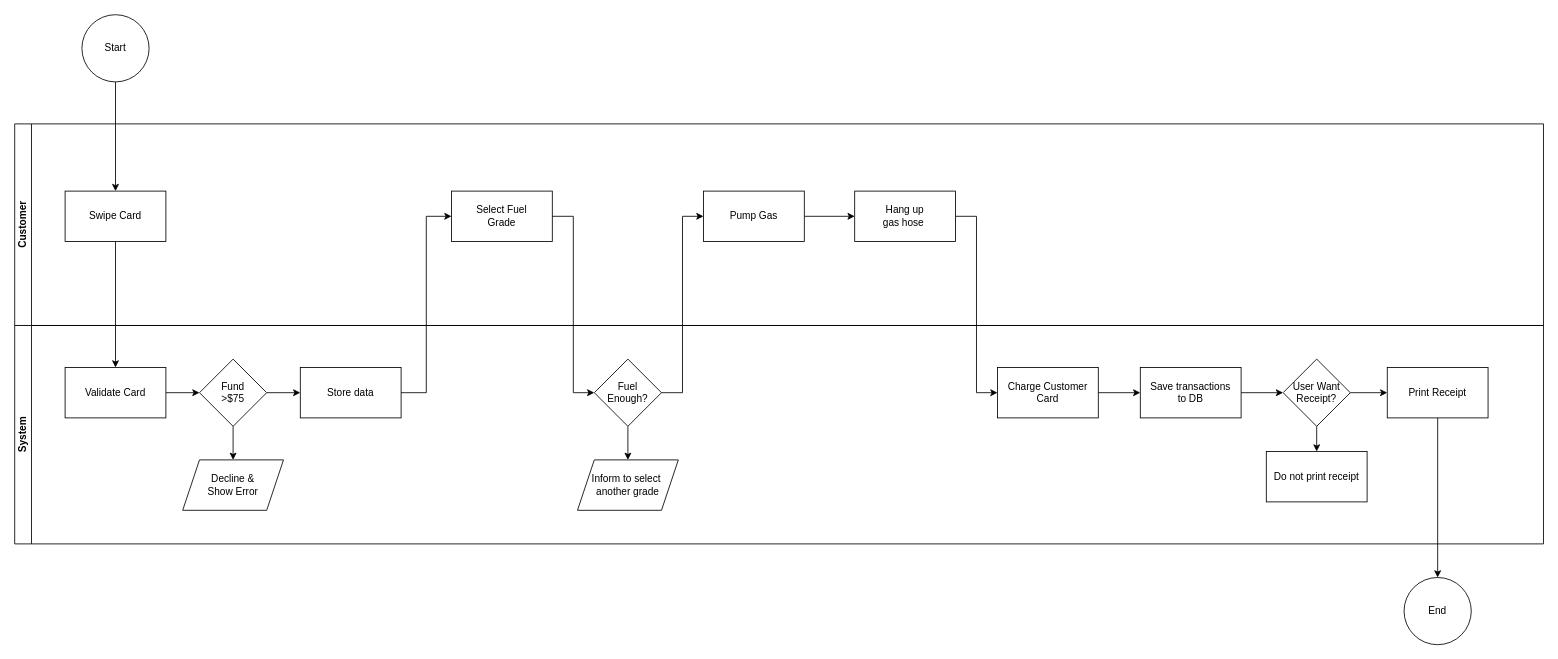
Before: MES Flow/Practice.drawio in vinceliao99/MyDiagrams, a draw.io diagram. Source tidied: cells renumbered, new cells numbered last; positions are measured from the earlier drawing's top-left corner, leaving out a move shared by most shapes. Both pictures are drawn from the tidied source at 84%, with x=0, y=0 at pixel (14, 14).
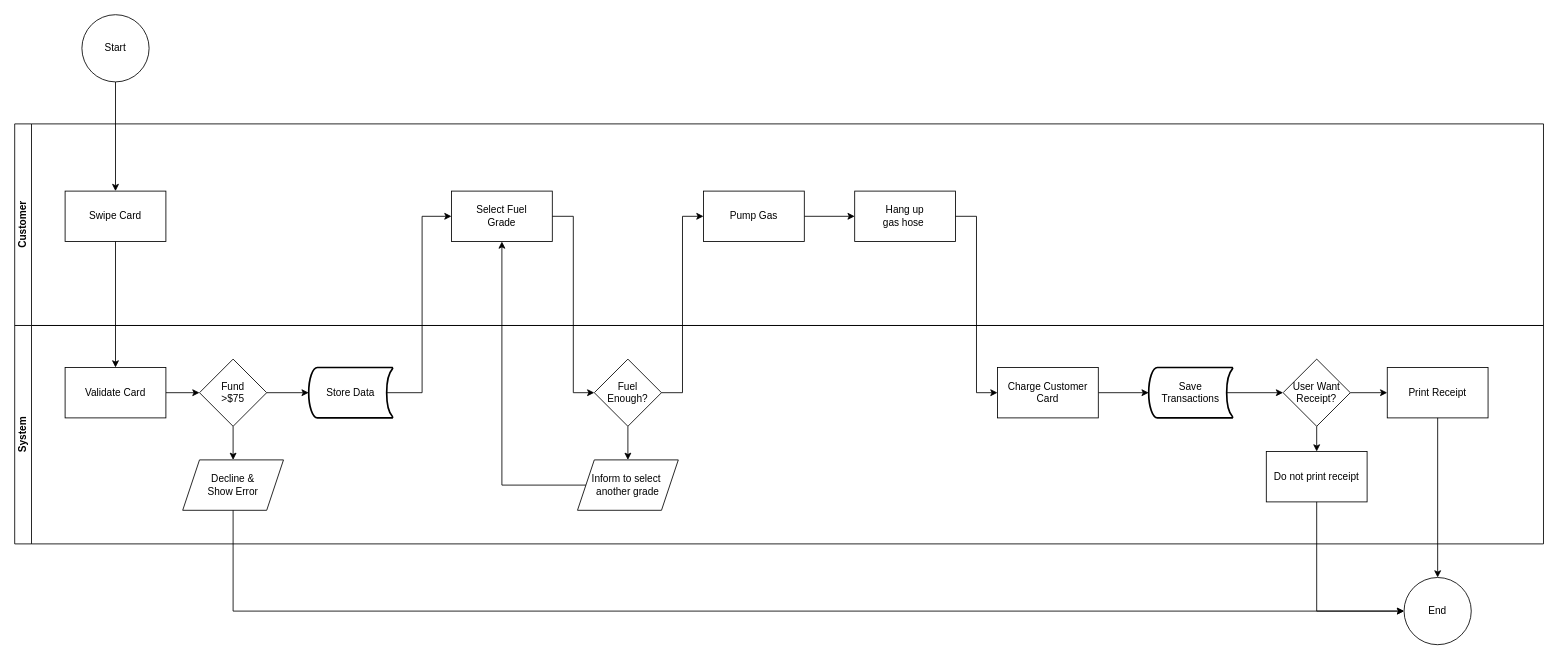
The same diagram, later.

Unchanged cells that the change refers to:
```xml
<mxCell id="5" value="Select Fuel &lt;br&gt;Grade" style="whiteSpace=wrap;html=1;" parent="4" vertex="1">
  <mxGeometry x="520" y="80" width="120" height="60" as="geometry" />
</mxCell>
<mxCell id="10" value="System" style="swimlane;startSize=20;horizontal=0;html=1;whiteSpace=wrap;" parent="1" vertex="1">
  <mxGeometry y="370" width="1820" height="260" as="geometry" />
</mxCell>
<mxCell id="15" value="Fund&lt;br&gt;&amp;gt;$75" style="rhombus;whiteSpace=wrap;html=1;" parent="10" vertex="1">
  <mxGeometry x="220" y="40" width="80" height="80" as="geometry" />
</mxCell>
<mxCell id="19" value="Decline &amp;amp;&lt;br style=&quot;border-color: var(--border-color);&quot;&gt;Show Error" style="shape=parallelogram;perimeter=parallelogramPerimeter;whiteSpace=wrap;html=1;fixedSize=1;" parent="10" vertex="1">
  <mxGeometry x="200" y="160" width="120" height="60" as="geometry" />
</mxCell>
<mxCell id="20" value="Inform to select&amp;nbsp;&lt;br&gt;another grade" style="shape=parallelogram;perimeter=parallelogramPerimeter;whiteSpace=wrap;html=1;fixedSize=1;" parent="10" vertex="1">
  <mxGeometry x="670" y="160" width="120" height="60" as="geometry" />
</mxCell>
<mxCell id="22" value="Charge Customer&lt;br&gt;Card" style="whiteSpace=wrap;html=1;" parent="10" vertex="1">
  <mxGeometry x="1170" y="50" width="120" height="60" as="geometry" />
</mxCell>
<mxCell id="27" value="User Want&lt;br&gt;Receipt?" style="rhombus;whiteSpace=wrap;html=1;" parent="10" vertex="1">
  <mxGeometry x="1510" y="40" width="80" height="80" as="geometry" />
</mxCell>
<mxCell id="28" value="Do not print receipt" style="whiteSpace=wrap;html=1;" parent="10" vertex="1">
  <mxGeometry x="1490" y="150" width="120" height="60" as="geometry" />
</mxCell>
<mxCell id="30" value="End" style="ellipse;whiteSpace=wrap;html=1;" parent="1" vertex="1">
  <mxGeometry x="1654" y="670" width="80" height="80" as="geometry" />
</mxCell>
```

The edit, as a diff of the source:
```diff
@@
-    <mxCell id="13" style="edgeStyle=orthogonalEdgeStyle;rounded=0;jettySize=auto;html=1;exitX=1;exitY=0.5;exitDx=0;exitDy=0;entryX=0;entryY=0.5;entryDx=0;entryDy=0;" parent="10" edge="1" source="15" target="16">
+    <mxCell id="13" style="edgeStyle=orthogonalEdgeStyle;rounded=0;jettySize=auto;html=1;exitX=1;exitY=0.5;exitDx=0;exitDy=0;entryX=0;entryY=0.5;entryDx=0;entryDy=0;entryPerimeter=0;" parent="10" edge="1" source="15" target="37">
       <mxGeometry relative="1" as="geometry" />
     </mxCell>
@@
-    <mxCell id="16" value="Store data" style="rounded=0;whiteSpace=wrap;html=1;" parent="10" vertex="1">
-      <mxGeometry x="340" y="50" width="120" height="60" as="geometry" />
-    </mxCell>
@@
-    <mxCell id="21" style="edgeStyle=orthogonalEdgeStyle;rounded=0;jettySize=auto;html=1;exitX=1;exitY=0.5;exitDx=0;exitDy=0;entryX=0;entryY=0.5;entryDx=0;entryDy=0;" parent="10" edge="1" source="22" target="24">
+    <mxCell id="21" style="edgeStyle=orthogonalEdgeStyle;rounded=0;jettySize=auto;html=1;exitX=1;exitY=0.5;exitDx=0;exitDy=0;entryX=0;entryY=0.5;entryDx=0;entryDy=0;entryPerimeter=0;" parent="10" edge="1" source="22" target="38">
       <mxGeometry relative="1" as="geometry" />
     </mxCell>
@@
-    <mxCell id="23" style="edgeStyle=orthogonalEdgeStyle;rounded=0;jettySize=auto;html=1;exitX=1;exitY=0.5;exitDx=0;exitDy=0;entryX=0;entryY=0.5;entryDx=0;entryDy=0;" parent="10" edge="1" source="24" target="27">
+    <mxCell id="23" style="edgeStyle=orthogonalEdgeStyle;rounded=0;jettySize=auto;html=1;exitX=0.93;exitY=0.5;exitDx=0;exitDy=0;entryX=0;entryY=0.5;entryDx=0;entryDy=0;exitPerimeter=0;" parent="10" edge="1" source="38" target="27">
       <mxGeometry relative="1" as="geometry" />
     </mxCell>
-    <mxCell id="24" value="Save transactions&lt;br&gt;to DB" style="whiteSpace=wrap;html=1;" parent="10" vertex="1">
-      <mxGeometry x="1340" y="50" width="120" height="60" as="geometry" />
-    </mxCell>
@@
+    <mxCell id="37" value="Store Data" style="strokeWidth=2;html=1;shape=mxgraph.flowchart.stored_data;whiteSpace=wrap;" parent="10" vertex="1">
+      <mxGeometry x="350" y="50" width="100" height="60" as="geometry" />
+    </mxCell>
+    <mxCell id="38" value="Save &lt;br&gt;Transactions" style="strokeWidth=2;html=1;shape=mxgraph.flowchart.stored_data;whiteSpace=wrap;" parent="10" vertex="1">
+      <mxGeometry x="1350" y="50" width="100" height="60" as="geometry" />
+    </mxCell>
@@
-    <mxCell id="32" style="edgeStyle=orthogonalEdgeStyle;rounded=0;jettySize=auto;html=1;exitX=1;exitY=0.5;exitDx=0;exitDy=0;entryX=0;entryY=0.5;entryDx=0;entryDy=0;" parent="1" edge="1" source="16" target="5">
+    <mxCell id="32" style="edgeStyle=orthogonalEdgeStyle;rounded=0;jettySize=auto;html=1;exitX=0.93;exitY=0.5;exitDx=0;exitDy=0;entryX=0;entryY=0.5;entryDx=0;entryDy=0;exitPerimeter=0;" parent="1" edge="1" source="37" target="5">
       <mxGeometry relative="1" as="geometry" />
     </mxCell>
@@
+    <mxCell id="39" style="edgeStyle=orthogonalEdgeStyle;rounded=0;jettySize=auto;html=1;exitX=0.5;exitY=1;exitDx=0;exitDy=0;entryX=0;entryY=0.5;entryDx=0;entryDy=0;" parent="1" edge="1" source="19" target="30">
+      <mxGeometry relative="1" as="geometry" />
+    </mxCell>
+    <mxCell id="40" style="edgeStyle=orthogonalEdgeStyle;jettySize=auto;html=1;exitX=0;exitY=0.5;exitDx=0;exitDy=0;entryX=0.5;entryY=1;entryDx=0;entryDy=0;rounded=0;" parent="1" edge="1" source="20" target="5">
+      <mxGeometry relative="1" as="geometry" />
+    </mxCell>
+    <mxCell id="41" style="edgeStyle=orthogonalEdgeStyle;rounded=0;jettySize=auto;html=1;exitX=0.5;exitY=1;exitDx=0;exitDy=0;entryX=0;entryY=0.5;entryDx=0;entryDy=0;" parent="1" edge="1" source="28" target="30">
+      <mxGeometry relative="1" as="geometry" />
+    </mxCell>
```
